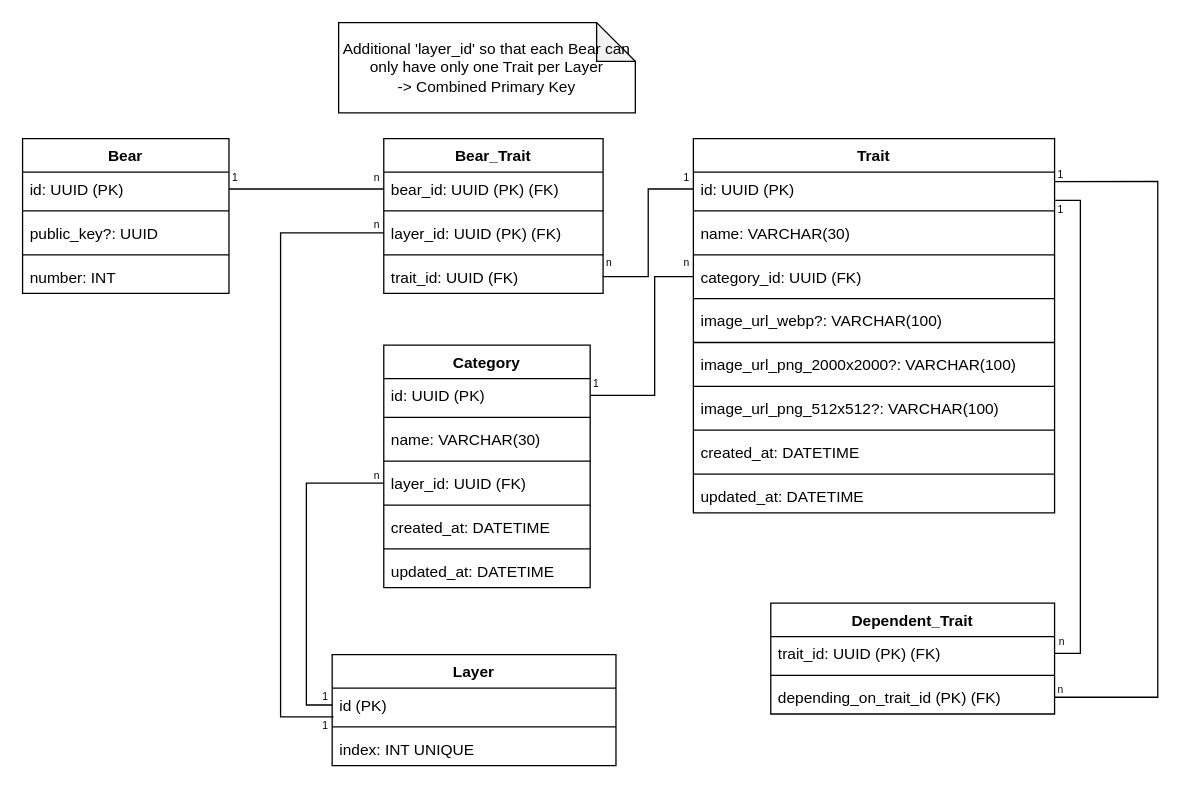
Earlier version of the draw.io diagram page "Page-1" (1 of 2) of resources/database/uml_er_diagram.drawio (okbcommunity/dressing-room-backend). Source tidied: cells renumbered, new cells numbered last; positions are measured from the earlier drawing's top-left corner, leaving out a move shared by most shapes. Both pictures are drawn from the tidied source at 129%, with x=0, y=0 at pixel (22, 22).
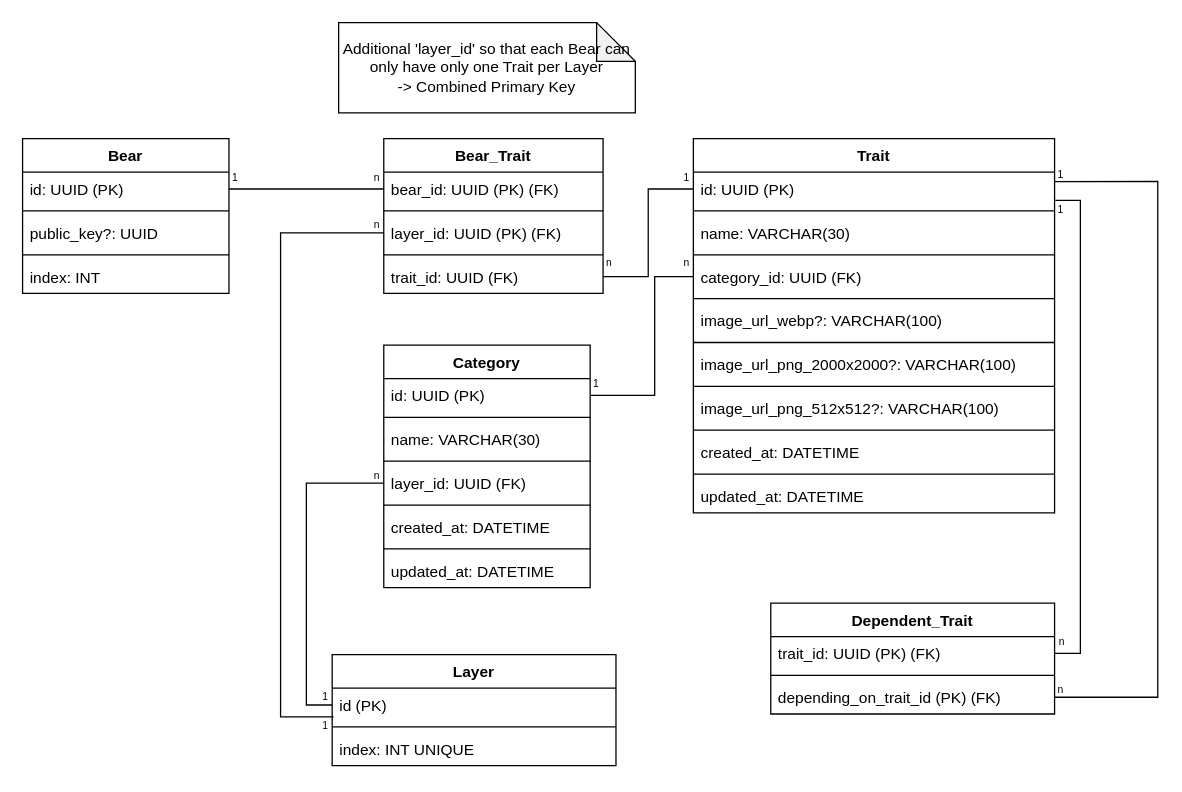
The same page after the edit.

Commit message (it also covers changes not shown here):
renamed bear number to bear index

The change refers to these unchanged cells:
```xml
<mxCell id="2" value="Bear" style="swimlane;fontStyle=1;align=center;verticalAlign=top;horizontal=1;startSize=26;" parent="1" vertex="1">
  <mxGeometry y="90" width="160" height="120" as="geometry" />
</mxCell>
```

Change to the diagram source:
```diff
@@
-    <mxCell id="7" value="number: INT" style="text;strokeColor=none;fillColor=none;align=left;verticalAlign=top;spacingLeft=4;spacingRight=4;overflow=hidden;" parent="2" vertex="1">
+    <mxCell id="7" value="index: INT" style="text;strokeColor=none;fillColor=none;align=left;verticalAlign=top;spacingLeft=4;spacingRight=4;overflow=hidden;" parent="2" vertex="1">
       <mxGeometry y="94" width="160" height="26" as="geometry" />
     </mxCell>
```
